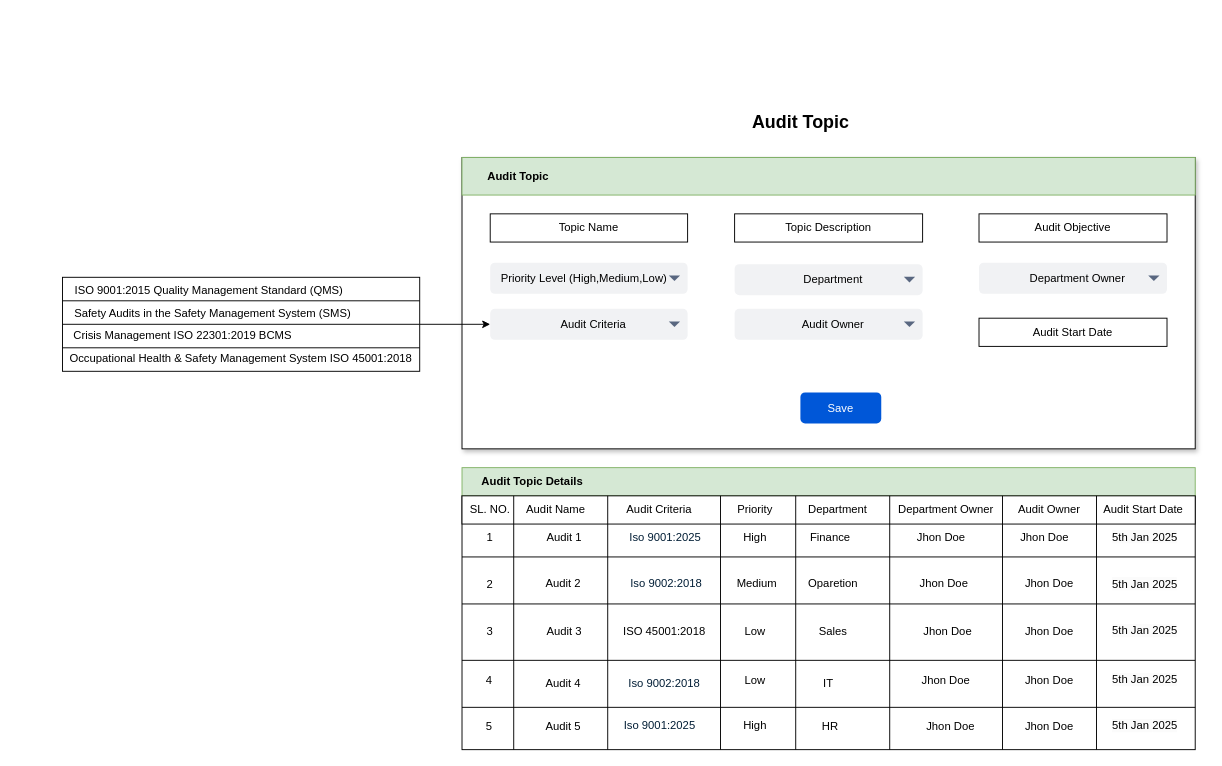
Before: page "Audit Topic" (3 of 8) of Audit Screeen.drawio in AvikM1996/draw.io, a draw.io diagram. Source tidied: cells renumbered, new cells numbered last; positions are measured from the earlier drawing's top-left corner, leaving out a move shared by most shapes. Both pictures are drawn from the tidied source at 94%, with x=0, y=0 at pixel (16, 103). Pictures stored in the file or linked from it are replaced by grey dashed boxes.
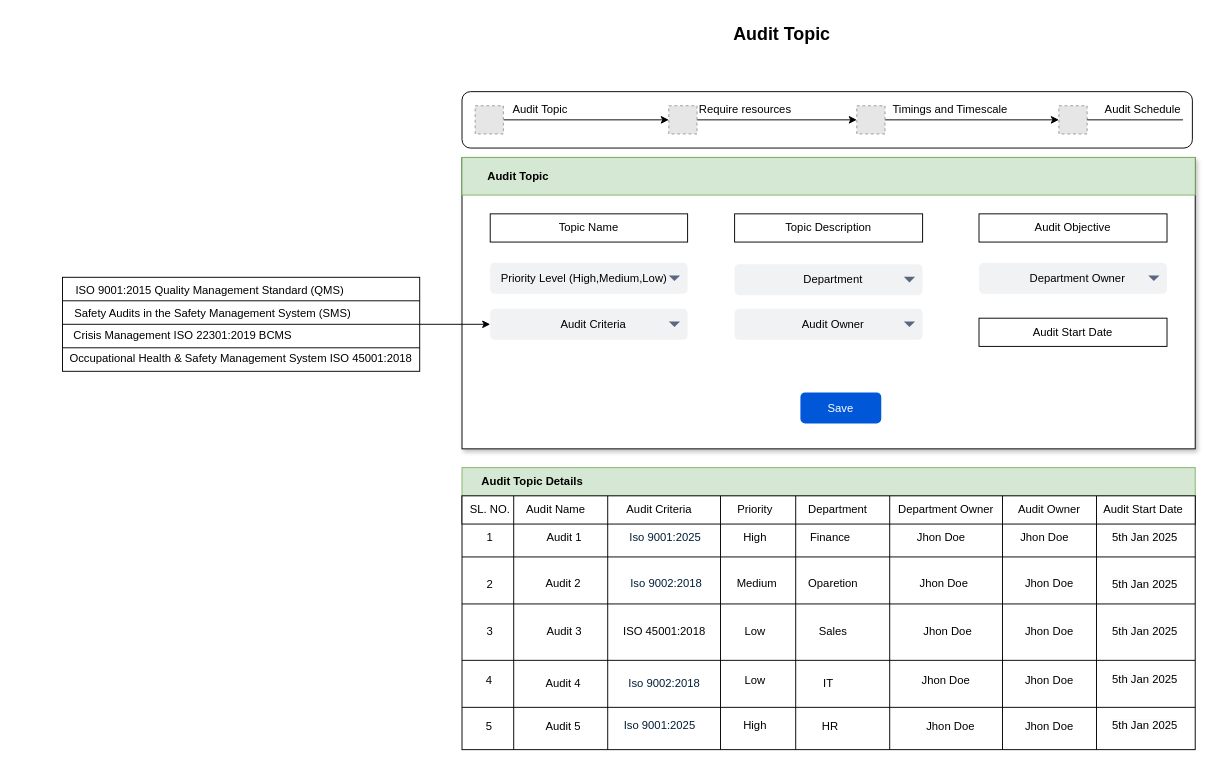
The same diagram, later.

Diff of the diagram source:
```diff
@@
     <mxCell id="9" value="&lt;font style=&quot;font-size: 19px;&quot;&gt;&lt;b&gt;Audit Topic&lt;/b&gt;&lt;/font&gt;" style="text;html=1;align=center;verticalAlign=middle;strokeColor=none;fillColor=none;" parent="1" vertex="1">
-      <mxGeometry x="769" width="130" height="40" as="geometry" />
+      <mxGeometry x="749" y="-93" width="130" height="40" as="geometry" />
     </mxCell>
@@
     <mxCell id="15" value="ISO 9001:2015 Quality Management Standard (QMS)" style="text;html=1;align=center;verticalAlign=middle;whiteSpace=wrap;rounded=0;" parent="1" vertex="1">
-      <mxGeometry y="183.5" width="410" height="30" as="geometry" />
+      <mxGeometry x="1" y="183.5" width="410" height="30" as="geometry" />
     </mxCell>
@@
+    <mxCell id="94" style="rounded=1;whiteSpace=wrap;html=1;" parent="1" vertex="1">
+      <mxGeometry x="474" y="-13" width="777" height="60" as="geometry" />
+    </mxCell>
+    <mxCell id="95" style="edgeStyle=orthogonalEdgeStyle;rounded=0;jettySize=auto;html=1;exitX=1;exitY=0.5;exitDx=0;exitDy=0;entryX=0;entryY=0.5;entryDx=0;entryDy=0;" parent="1" edge="1" source="96" target="98">
+      <mxGeometry relative="1" as="geometry" />
+    </mxCell>
+    <mxCell id="96" style="fillColor=#E6E6E6;strokeColor=#999999;dashed=1;html=1;verticalAlign=top;verticalLabelPosition=bottom;labelBackgroundColor=#ffffff;" parent="1" vertex="1">
+      <mxGeometry x="488" y="2" width="30" height="30" as="geometry" />
+    </mxCell>
+    <mxCell id="97" style="edgeStyle=orthogonalEdgeStyle;rounded=0;jettySize=auto;html=1;exitX=1;exitY=0.5;exitDx=0;exitDy=0;entryX=0;entryY=0.5;entryDx=0;entryDy=0;" parent="1" edge="1" source="98" target="101">
+      <mxGeometry relative="1" as="geometry" />
+    </mxCell>
+    <mxCell id="98" style="fillColor=#E6E6E6;strokeColor=#999999;dashed=1;html=1;verticalAlign=top;verticalLabelPosition=bottom;labelBackgroundColor=#ffffff;" parent="1" vertex="1">
+      <mxGeometry x="694" y="2" width="30" height="30" as="geometry" />
+    </mxCell>
+    <mxCell id="99" style="fillColor=#E6E6E6;strokeColor=#999999;dashed=1;html=1;verticalAlign=top;verticalLabelPosition=bottom;labelBackgroundColor=#ffffff;" parent="1" vertex="1">
+      <mxGeometry x="1109" y="2" width="30" height="30" as="geometry" />
+    </mxCell>
+    <mxCell id="100" style="edgeStyle=orthogonalEdgeStyle;rounded=0;jettySize=auto;html=1;exitX=1;exitY=0.5;exitDx=0;exitDy=0;entryX=0;entryY=0.5;entryDx=0;entryDy=0;" parent="1" edge="1" source="101" target="99">
+      <mxGeometry relative="1" as="geometry" />
+    </mxCell>
+    <mxCell id="101" style="fillColor=#E6E6E6;strokeColor=#999999;dashed=1;html=1;verticalAlign=top;verticalLabelPosition=bottom;labelBackgroundColor=#ffffff;" parent="1" vertex="1">
+      <mxGeometry x="894" y="2" width="30" height="30" as="geometry" />
+    </mxCell>
+    <mxCell id="102" value="Audit Topic" style="text;html=1;align=center;verticalAlign=middle;whiteSpace=wrap;rounded=0;" parent="1" vertex="1">
+      <mxGeometry x="516" y="-9" width="83" height="30" as="geometry" />
+    </mxCell>
+    <mxCell id="103" value="Require resources" style="text;html=1;align=center;verticalAlign=middle;whiteSpace=wrap;rounded=0;" parent="1" vertex="1">
+      <mxGeometry x="720" y="-9" width="111" height="30" as="geometry" />
+    </mxCell>
+    <mxCell id="104" value="Timings and Timescale" style="text;html=1;align=center;verticalAlign=middle;whiteSpace=wrap;rounded=0;" parent="1" vertex="1">
+      <mxGeometry x="926" y="-9" width="135" height="30" as="geometry" />
+    </mxCell>
+    <mxCell id="105" value="Audit Schedule" style="text;html=1;align=center;verticalAlign=middle;whiteSpace=wrap;rounded=0;" parent="1" vertex="1">
+      <mxGeometry x="1131" y="-9" width="135" height="30" as="geometry" />
+    </mxCell>
+    <mxCell id="106" style="line;strokeWidth=1;html=1;" parent="1" vertex="1">
+      <mxGeometry x="1139" y="12" width="102" height="10" as="geometry" />
+    </mxCell>
```
